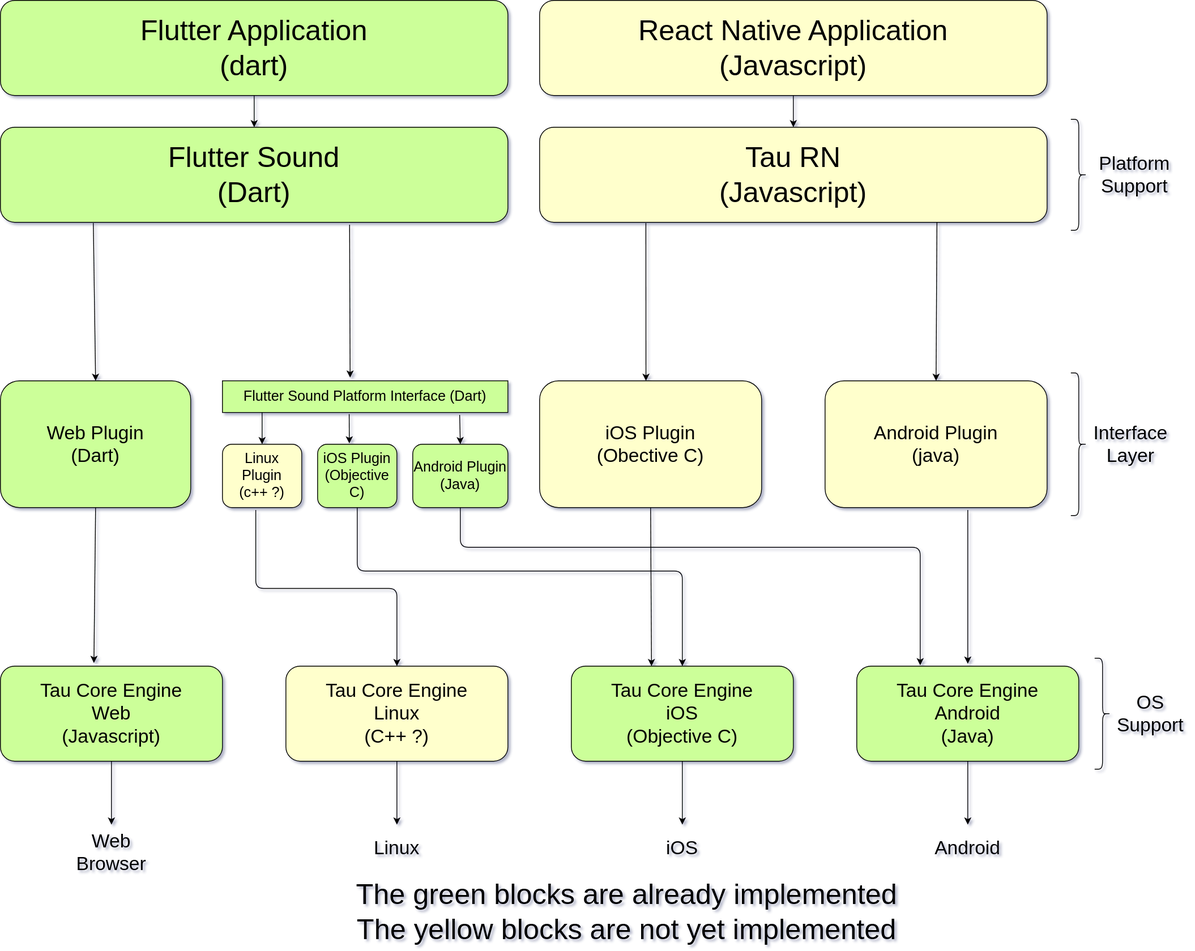
This is doc/images/the-t-architecture.svg from Canardoux/flutter_sound, a draw.io export, as it was before one commit. Source tidied: cells renumbered, new cells last; positions are measured from the earlier drawing's top-left corner, leaving out a move shared by most shapes.
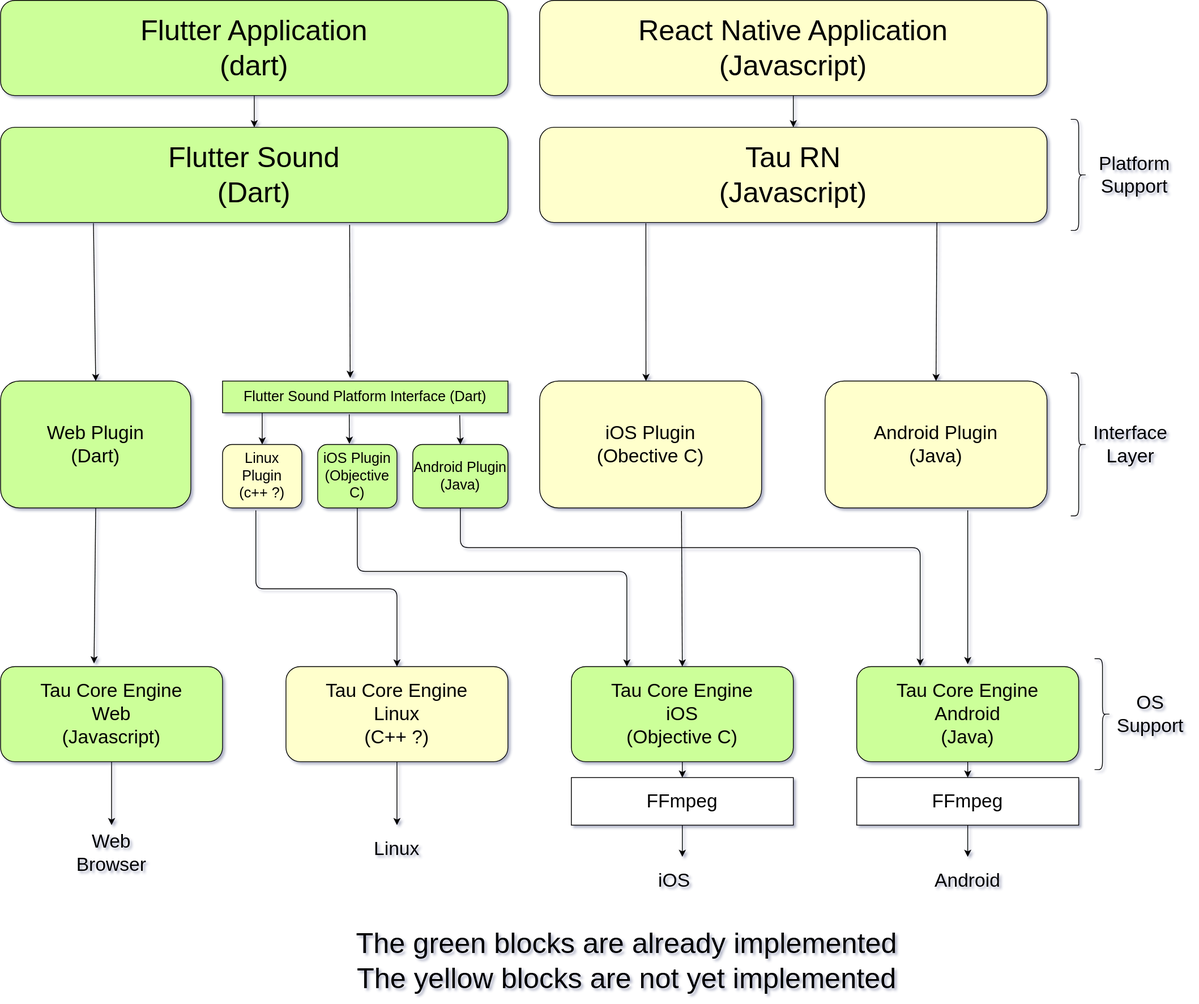
Later version of the same file.

Change to the diagram source:
```diff
@@ -49,11 +49,11 @@
     <mxCell id="16" value="&lt;font style=&quot;font-size: 24px&quot;&gt;iOS Plugin&lt;br&gt;(Obective C)&lt;/font&gt;" style="rounded=1;whiteSpace=wrap;html=1;fillColor=#FFFFCC;" parent="1" vertex="1">
       <mxGeometry x="680" y="480" width="280" height="160" as="geometry" />
     </mxCell>
-    <mxCell id="17" value="&lt;font style=&quot;font-size: 24px&quot;&gt;Android Plugin&lt;br&gt;(java)&lt;/font&gt;" style="rounded=1;whiteSpace=wrap;html=1;fillColor=#FFFFCC;" parent="1" vertex="1">
+    <mxCell id="17" value="&lt;font style=&quot;font-size: 24px&quot;&gt;Android Plugin&lt;br&gt;(Java)&lt;/font&gt;" style="rounded=1;whiteSpace=wrap;html=1;fillColor=#FFFFCC;" parent="1" vertex="1">
       <mxGeometry x="1040" y="480" width="280" height="160" as="geometry" />
     </mxCell>
     <mxCell id="18" value="&lt;font style=&quot;font-size: 36px&quot;&gt;The green blocks are already implemented&lt;br&gt;The yellow blocks are not yet implemented&lt;/font&gt;" style="text;html=1;strokeColor=none;fillColor=none;align=center;verticalAlign=middle;whiteSpace=wrap;rounded=0;" parent="1" vertex="1">
-      <mxGeometry x="280" y="1140" width="1020" height="20" as="geometry" />
+      <mxGeometry x="280" y="1201" width="1020" height="20" as="geometry" />
     </mxCell>
     <mxCell id="19" value="&lt;font style=&quot;font-size: 24px&quot;&gt;Web Browser&lt;/font&gt;" style="text;html=1;strokeColor=none;fillColor=none;align=center;verticalAlign=middle;whiteSpace=wrap;rounded=0;" parent="1" vertex="1">
       <mxGeometry x="100" y="1070" width="80" height="10" as="geometry" />
@@ -68,19 +68,17 @@
     </mxCell>
     <mxCell id="22" style="endArrow=classic;html=1;exitX=0.5;exitY=1;exitDx=0;exitDy=0;" parent="1" edge="1" source="10">
       <mxGeometry relative="1" as="geometry">
-        <mxPoint x="1220" y="1040" as="targetPoint" />
+        <mxPoint x="1220" y="980" as="targetPoint" />
       </mxGeometry>
     </mxCell>
-    <mxCell id="23" style="endArrow=classic;html=1;exitX=0.5;exitY=1;exitDx=0;exitDy=0;" parent="1" edge="1" source="9">
-      <mxGeometry relative="1" as="geometry">
-        <mxPoint x="860" y="1040" as="targetPoint" />
-      </mxGeometry>
+    <mxCell id="23" style="endArrow=classic;html=1;exitX=0.5;exitY=1;exitDx=0;exitDy=0;entryX=0.5;entryY=0;entryDx=0;entryDy=0;" parent="1" edge="1" source="9" target="48">
+      <mxGeometry relative="1" as="geometry" />
     </mxCell>
     <mxCell id="24" value="&lt;font style=&quot;font-size: 24px&quot;&gt;iOS&lt;/font&gt;" style="text;html=1;strokeColor=none;fillColor=none;align=center;verticalAlign=middle;whiteSpace=wrap;rounded=0;" parent="1" vertex="1">
-      <mxGeometry x="840" y="1060" width="40" height="20" as="geometry" />
+      <mxGeometry x="830" y="1100" width="40" height="20" as="geometry" />
     </mxCell>
     <mxCell id="25" value="&lt;font style=&quot;font-size: 24px&quot;&gt;Android&lt;/font&gt;" style="text;html=1;strokeColor=none;fillColor=none;align=center;verticalAlign=middle;whiteSpace=wrap;rounded=0;" parent="1" vertex="1">
-      <mxGeometry x="1200" y="1060" width="40" height="20" as="geometry" />
+      <mxGeometry x="1200" y="1100" width="40" height="20" as="geometry" />
     </mxCell>
     <mxCell id="26" style="endArrow=classic;html=1;entryX=0.5;entryY=0;entryDx=0;entryDy=0;exitX=0.183;exitY=1.008;exitDx=0;exitDy=0;exitPerimeter=0;" parent="1" edge="1" source="4" target="11">
       <mxGeometry relative="1" as="geometry" />
@@ -115,7 +113,7 @@
     <mxCell id="34" style="edgeStyle=elbowEdgeStyle;elbow=vertical;endArrow=classic;html=1;exitX=0.42;exitY=1.038;exitDx=0;exitDy=0;exitPerimeter=0;entryX=0.5;entryY=0;entryDx=0;entryDy=0;" parent="1" edge="1" source="13" target="8">
       <mxGeometry relative="1" as="geometry" />
     </mxCell>
-    <mxCell id="35" style="edgeStyle=elbowEdgeStyle;elbow=vertical;endArrow=classic;html=1;exitX=0.5;exitY=1;exitDx=0;exitDy=0;entryX=0.5;entryY=0;entryDx=0;entryDy=0;" parent="1" edge="1" source="14" target="9">
+    <mxCell id="35" style="edgeStyle=elbowEdgeStyle;elbow=vertical;endArrow=classic;html=1;exitX=0.5;exitY=1;exitDx=0;exitDy=0;entryX=0.25;entryY=0;entryDx=0;entryDy=0;" parent="1" edge="1" source="14" target="9">
       <mxGeometry relative="1" as="geometry">
         <Array as="points">
           <mxPoint x="650" y="720" />
@@ -130,7 +128,7 @@
         </Array>
       </mxGeometry>
     </mxCell>
-    <mxCell id="37" style="endArrow=classic;html=1;exitX=0.5;exitY=1;exitDx=0;exitDy=0;entryX=0.361;entryY=0;entryDx=0;entryDy=0;entryPerimeter=0;" parent="1" edge="1" source="16" target="9">
+    <mxCell id="37" style="endArrow=classic;html=1;exitX=0.639;exitY=1.025;exitDx=0;exitDy=0;entryX=0.5;entryY=0;entryDx=0;entryDy=0;exitPerimeter=0;" parent="1" edge="1" source="16" target="9">
       <mxGeometry relative="1" as="geometry" />
     </mxCell>
     <mxCell id="38" style="endArrow=classic;html=1;" parent="1" edge="1">
@@ -165,5 +163,21 @@
     <mxCell id="46" value="&lt;font style=&quot;font-size: 24px&quot;&gt;OS&lt;br&gt;Support&lt;/font&gt;" style="text;html=1;align=center;verticalAlign=middle;" parent="1" vertex="1">
       <mxGeometry x="1400" y="880" width="100" height="40" as="geometry" />
     </mxCell>
+    <mxCell id="47" style="edgeStyle=orthogonalEdgeStyle;rounded=0;jettySize=auto;html=1;exitX=0.5;exitY=1;exitDx=0;exitDy=0;" parent="1" edge="1" source="48">
+      <mxGeometry relative="1" as="geometry">
+        <mxPoint x="860" y="1080" as="targetPoint" />
+      </mxGeometry>
+    </mxCell>
+    <mxCell id="48" value="&lt;font style=&quot;font-size: 24px&quot;&gt;FFmpeg&lt;/font&gt;" style="rounded=0;whiteSpace=wrap;html=1;" parent="1" vertex="1">
+      <mxGeometry x="720" y="980" width="280" height="60" as="geometry" />
+    </mxCell>
+    <mxCell id="49" style="edgeStyle=orthogonalEdgeStyle;rounded=0;jettySize=auto;html=1;exitX=0.5;exitY=1;exitDx=0;exitDy=0;" parent="1" edge="1" source="50">
+      <mxGeometry relative="1" as="geometry">
+        <mxPoint x="1220" y="1080" as="targetPoint" />
+      </mxGeometry>
+    </mxCell>
+    <mxCell id="50" value="&lt;font style=&quot;font-size: 24px&quot;&gt;FFmpeg&lt;/font&gt;" style="rounded=0;whiteSpace=wrap;html=1;" parent="1" vertex="1">
+      <mxGeometry x="1080" y="980" width="280" height="60" as="geometry" />
+    </mxCell>
   </root>
 </mxGraphModel>
```
